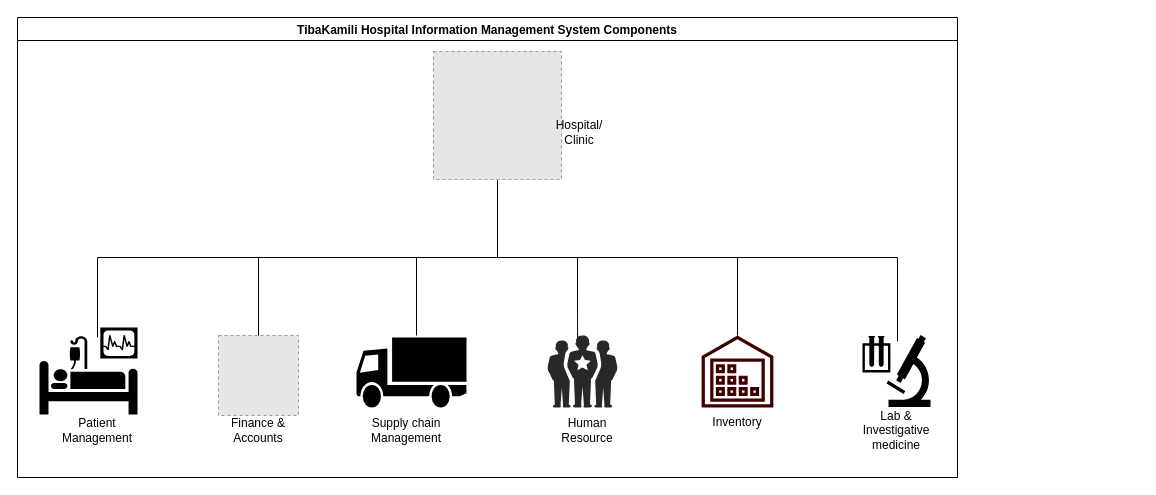
The draw.io diagram Test_Diagram.drawio in kmagua/flowcharts, before the edit. Source tidied: cells renumbered, new cells numbered last; positions are measured from the earlier drawing's top-left corner, leaving out a move shared by most shapes. Both pictures are drawn from the tidied source at 100%, with x=0, y=0 at pixel (17, 17). Pictures stored in the file or linked from it are replaced by grey dashed boxes.
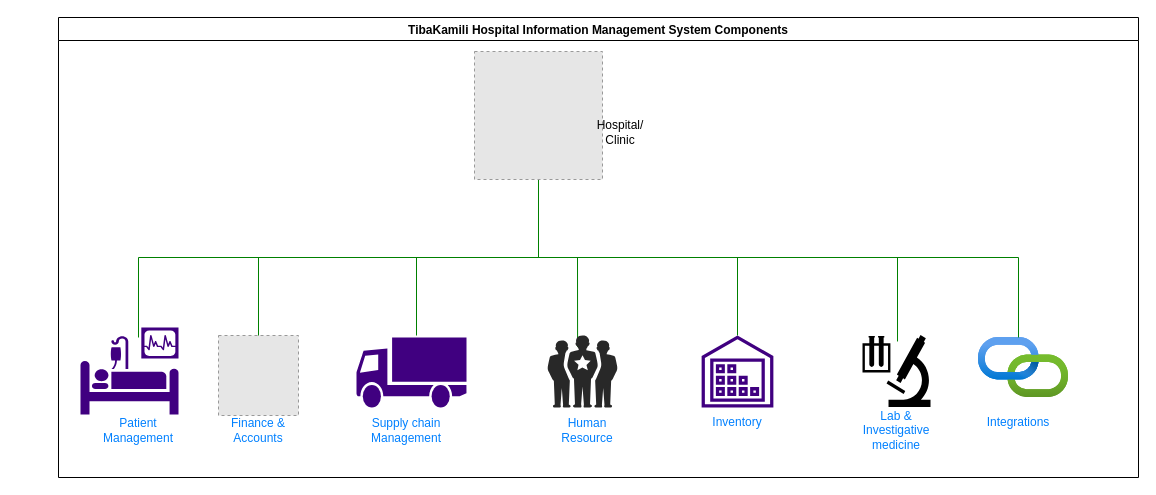
Above is the later version.

The change refers to these unchanged cells:
```xml
<mxCell id="13" style="verticalLabelPosition=bottom;sketch=0;html=1;fillColor=#282828;strokeColor=none;verticalAlign=top;align=center;shape=mxgraph.cisco_safe.people_places_things_icons.icon1;" parent="1" vertex="1">
  <mxGeometry x="530" y="318" width="70" height="72" as="geometry" />
</mxCell>
<mxCell id="18" style="shape=mxgraph.signs.science.laboratory;html=1;fillColor=#000000;strokeColor=none;verticalLabelPosition=bottom;verticalAlign=top;align=center;" parent="1" vertex="1">
  <mxGeometry x="845" y="317.5" width="68" height="72" as="geometry" />
</mxCell>
```

Diff of the diagram source:
```diff
@@
-    <mxCell id="2" style="endArrow=none;html=1;rounded=0;" parent="1" edge="1">
+    <mxCell id="2" style="endArrow=none;html=1;rounded=0;strokeColor=#008000;" parent="1" edge="1">
       <mxGeometry relative="1" as="geometry">
-        <mxPoint x="80" y="240" as="sourcePoint" />
-        <mxPoint x="880" y="240" as="targetPoint" />
+        <mxPoint x="121" y="240" as="sourcePoint" />
+        <mxPoint x="1001" y="240" as="targetPoint" />
       </mxGeometry>
     </mxCell>
-    <mxCell id="3" style="endArrow=none;html=1;rounded=0;" parent="1" edge="1">
+    <mxCell id="3" style="endArrow=none;html=1;rounded=0;strokeColor=#008000;" parent="1" edge="1">
       <mxGeometry relative="1" as="geometry">
-        <mxPoint x="80" y="240" as="sourcePoint" />
-        <mxPoint x="80" y="320" as="targetPoint" />
+        <mxPoint x="121" y="240" as="sourcePoint" />
+        <mxPoint x="121" y="320" as="targetPoint" />
       </mxGeometry>
     </mxCell>
-    <mxCell id="4" value="Patient Management" style="text;html=1;align=center;verticalAlign=middle;whiteSpace=wrap;rounded=0;" parent="1" vertex="1">
-      <mxGeometry x="40" y="398" width="80" height="30" as="geometry" />
+    <mxCell id="4" value="Patient Management" style="text;html=1;align=center;verticalAlign=middle;whiteSpace=wrap;rounded=0;fontColor=#0080ff;" parent="1" vertex="1">
+      <mxGeometry x="81" y="398" width="80" height="30" as="geometry" />
     </mxCell>
-    <mxCell id="5" style="endArrow=none;html=1;rounded=0;" parent="1" edge="1">
+    <mxCell id="5" style="endArrow=none;html=1;rounded=0;strokeColor=#008000;" parent="1" edge="1">
       <mxGeometry relative="1" as="geometry">
         <mxPoint x="241" y="320" as="sourcePoint" />
         <mxPoint x="241" y="240" as="targetPoint" />
       </mxGeometry>
     </mxCell>
@@
-    <mxCell id="7" value="Finance &amp;amp; Accounts" style="text;html=1;align=center;verticalAlign=middle;whiteSpace=wrap;rounded=0;" parent="1" vertex="1">
+    <mxCell id="7" value="Finance &amp;amp; Accounts" style="text;html=1;align=center;verticalAlign=middle;whiteSpace=wrap;rounded=0;fontColor=#0080ff;" parent="1" vertex="1">
       <mxGeometry x="201" y="398" width="80" height="30" as="geometry" />
     </mxCell>
-    <mxCell id="8" style="endArrow=none;html=1;rounded=0;" parent="1" edge="1">
+    <mxCell id="8" style="endArrow=none;html=1;rounded=0;strokeColor=#008000;" parent="1" edge="1">
       <mxGeometry relative="1" as="geometry">
         <mxPoint x="399" y="240" as="sourcePoint" />
         <mxPoint x="399" y="318" as="targetPoint" />
       </mxGeometry>
     </mxCell>
-    <mxCell id="9" style="shape=mxgraph.signs.transportation.truck_1;html=1;fillColor=#000000;strokeColor=none;verticalLabelPosition=bottom;verticalAlign=top;align=center;" parent="1" vertex="1">
+    <mxCell id="9" style="shape=mxgraph.signs.transportation.truck_1;html=1;fillColor=#400080;strokeColor=none;verticalLabelPosition=bottom;verticalAlign=top;align=center;" parent="1" vertex="1">
       <mxGeometry x="339" y="320" width="110" height="70" as="geometry" />
     </mxCell>
-    <mxCell id="10" value="Supply chain Management" style="text;html=1;align=center;verticalAlign=middle;whiteSpace=wrap;rounded=0;" parent="1" vertex="1">
+    <mxCell id="10" value="Supply chain Management" style="text;html=1;align=center;verticalAlign=middle;whiteSpace=wrap;rounded=0;fontColor=#0080ff;" parent="1" vertex="1">
       <mxGeometry x="348.5" y="398" width="80" height="30" as="geometry" />
     </mxCell>
-    <mxCell id="11" style="endArrow=none;html=1;rounded=0;exitX=0.43;exitY=0.16;exitDx=0;exitDy=0;exitPerimeter=0;" parent="1" edge="1" source="13">
+    <mxCell id="11" style="endArrow=none;html=1;rounded=0;exitX=0.43;exitY=0.16;exitDx=0;exitDy=0;exitPerimeter=0;strokeColor=#008000;" parent="1" edge="1" source="13">
       <mxGeometry relative="1" as="geometry">
         <mxPoint x="560" y="240" as="targetPoint" />
       </mxGeometry>
     </mxCell>
-    <mxCell id="12" style="shape=mxgraph.signs.healthcare.intensive_care;html=1;fillColor=#000000;strokeColor=none;verticalLabelPosition=bottom;verticalAlign=top;align=center;" parent="1" vertex="1">
-      <mxGeometry x="22" y="310" width="98" height="87" as="geometry" />
+    <mxCell id="12" style="shape=mxgraph.signs.healthcare.intensive_care;html=1;fillColor=#400080;strokeColor=none;verticalLabelPosition=bottom;verticalAlign=top;align=center;" parent="1" vertex="1">
+      <mxGeometry x="63" y="310" width="98" height="87" as="geometry" />
     </mxCell>
@@
-    <mxCell id="14" value="Human Resource" style="text;html=1;align=center;verticalAlign=middle;whiteSpace=wrap;rounded=0;" parent="1" vertex="1">
+    <mxCell id="14" value="Human Resource" style="text;html=1;align=center;verticalAlign=middle;whiteSpace=wrap;rounded=0;fontColor=#0080ff;" parent="1" vertex="1">
       <mxGeometry x="530" y="398" width="80" height="30" as="geometry" />
     </mxCell>
-    <mxCell id="15" style="endArrow=none;html=1;rounded=0;" parent="1" edge="1">
+    <mxCell id="15" style="endArrow=none;html=1;rounded=0;strokeColor=#008000;" parent="1" edge="1">
       <mxGeometry relative="1" as="geometry">
         <mxPoint x="720" y="240" as="sourcePoint" />
         <mxPoint x="720" y="318" as="targetPoint" />
       </mxGeometry>
     </mxCell>
-    <mxCell id="16" style="sketch=0;fontColor=#232F3E;gradientColor=none;fillColor=#400000;strokeColor=none;dashed=0;verticalLabelPosition=bottom;verticalAlign=top;align=center;html=1;fontSize=12;fontStyle=0;shape=mxgraph.aws4.inventory;" parent="1" vertex="1">
+    <mxCell id="16" style="sketch=0;fontColor=#232F3E;gradientColor=none;fillColor=#400080;strokeColor=none;dashed=0;verticalLabelPosition=bottom;verticalAlign=top;align=center;html=1;fontSize=12;fontStyle=0;shape=mxgraph.aws4.inventory;" parent="1" vertex="1">
       <mxGeometry x="684" y="318" width="72" height="72" as="geometry" />
     </mxCell>
-    <mxCell id="17" value="Inventory" style="text;html=1;align=center;verticalAlign=middle;whiteSpace=wrap;rounded=0;" parent="1" vertex="1">
+    <mxCell id="17" value="Inventory" style="text;html=1;align=center;verticalAlign=middle;whiteSpace=wrap;rounded=0;fontColor=#0080ff;" parent="1" vertex="1">
       <mxGeometry x="680" y="390" width="80" height="30" as="geometry" />
     </mxCell>
@@
-    <mxCell id="19" style="endArrow=none;html=1;rounded=0;exitX=0.515;exitY=0.09;exitDx=0;exitDy=0;exitPerimeter=0;" parent="1" edge="1" source="18">
+    <mxCell id="19" style="endArrow=none;html=1;rounded=0;exitX=0.515;exitY=0.09;exitDx=0;exitDy=0;exitPerimeter=0;strokeColor=#008000;" parent="1" edge="1" source="18">
       <mxGeometry relative="1" as="geometry">
         <mxPoint x="880" y="240" as="targetPoint" />
       </mxGeometry>
     </mxCell>
-    <mxCell id="20" value="Lab &amp;amp; Investigative medicine" style="text;html=1;align=center;verticalAlign=middle;whiteSpace=wrap;rounded=0;" parent="1" vertex="1">
+    <mxCell id="20" value="Lab &amp;amp; Investigative medicine" style="text;html=1;align=center;verticalAlign=middle;whiteSpace=wrap;rounded=0;fontColor=#0080ff;" parent="1" vertex="1">
       <mxGeometry x="839" y="398" width="80" height="30" as="geometry" />
     </mxCell>
-    <mxCell id="21" style="endArrow=none;html=1;rounded=0;" parent="1" edge="1" target="22">
+    <mxCell id="21" style="endArrow=none;html=1;rounded=0;strokeColor=#008000;" parent="1" edge="1" target="22">
       <mxGeometry relative="1" as="geometry">
-        <mxPoint x="480" y="240" as="sourcePoint" />
+        <mxPoint x="521" y="240" as="sourcePoint" />
       </mxGeometry>
     </mxCell>
-    <mxCell id="22" style="fillColor=#E6E6E6;strokeColor=#999999;dashed=1;html=1;verticalAlign=top;verticalLabelPosition=bottom;labelBackgroundColor=#ffffff;" parent="1" vertex="1">
-      <mxGeometry x="416" y="34" width="128" height="128" as="geometry" />
+    <mxCell id="22" style="fillColor=#E6E6E6;strokeColor=#999999;dashed=1;html=1;verticalAlign=top;verticalLabelPosition=bottom;labelBackgroundColor=#ffffff;fontColor=#ff0000;" parent="1" vertex="1">
+      <mxGeometry x="457" y="34" width="128" height="128" as="geometry" />
     </mxCell>
     <mxCell id="23" value="Hospital/ Clinic" style="text;html=1;align=center;verticalAlign=middle;whiteSpace=wrap;rounded=0;" parent="1" vertex="1">
-      <mxGeometry x="532" y="100" width="60" height="30" as="geometry" />
+      <mxGeometry x="573" y="100" width="60" height="30" as="geometry" />
     </mxCell>
     <mxCell id="24" value="TibaKamili Hospital Information Management System Components" style="swimlane;" parent="1" vertex="1">
-      <mxGeometry width="940" height="460" as="geometry" />
+      <mxGeometry x="41" width="1080" height="460" as="geometry" />
     </mxCell>
+    <mxCell id="25" style="image;html=1;align=center;fontSize=12;image=img/lib/azure2/devops/API_Connections.svg;" parent="24" vertex="1">
+      <mxGeometry x="920" y="320" width="90" height="60" as="geometry" />
+    </mxCell>
+    <mxCell id="26" value="Integrations" style="text;html=1;align=center;verticalAlign=middle;whiteSpace=wrap;rounded=0;fontColor=#0080ff;" parent="24" vertex="1">
+      <mxGeometry x="920" y="390" width="80" height="30" as="geometry" />
+    </mxCell>
+    <mxCell id="27" style="endArrow=none;html=1;rounded=0;strokeColor=#008000;" parent="1" edge="1">
+      <mxGeometry relative="1" as="geometry">
+        <mxPoint x="1001" y="320" as="sourcePoint" />
+        <mxPoint x="1001" y="240" as="targetPoint" />
+      </mxGeometry>
+    </mxCell>
```
